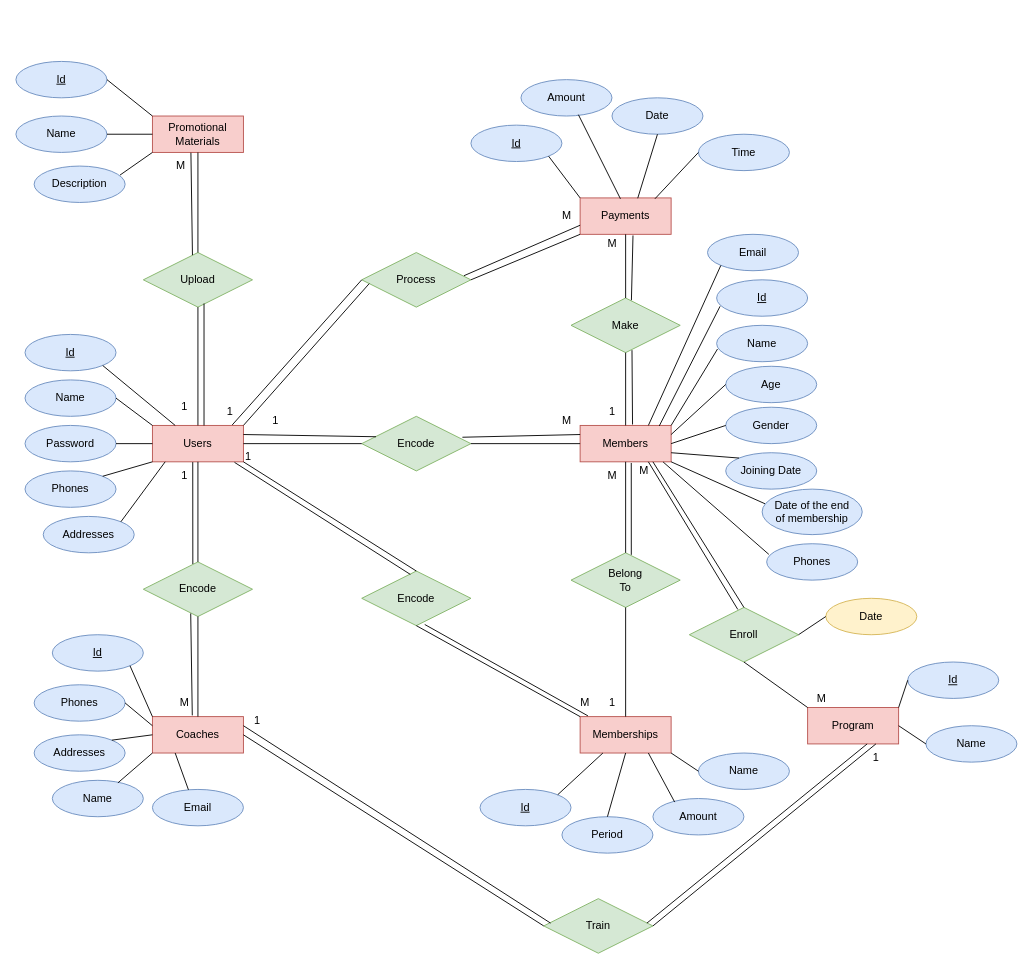
Before: docs/ERD-Gym-Management-System.drawio in Saramohamed13/Gym-Management-System, a draw.io diagram. Source tidied: cells renumbered, new cells numbered last; positions are measured from the earlier drawing's top-left corner, leaving out a move shared by most shapes. Both pictures are drawn from the tidied source at 91%, with x=0, y=0 at pixel (15, 61).
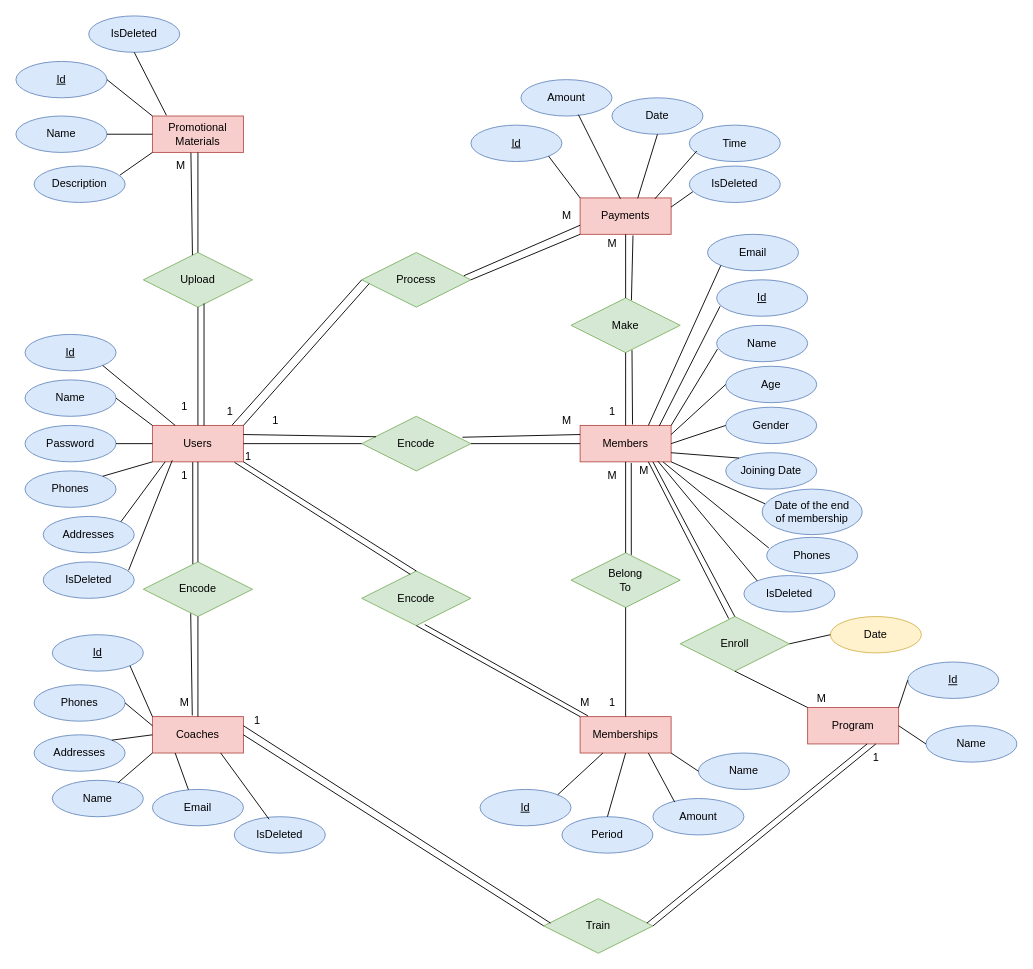
Above is the later version.

Commit message (it also covers changes not shown here):
Update ERD, Schema and database script

Unchanged cells that the change refers to:
```xml
<mxCell id="11" value="Coaches" style="whiteSpace=wrap;html=1;align=center;fillColor=#f8cecc;strokeColor=#b85450;" parent="1" vertex="1">
  <mxGeometry x="150" y="720" width="100" height="40" as="geometry" />
</mxCell>
<mxCell id="17" value="1" style="text;html=1;align=center;verticalAlign=middle;points=[];strokeColor=none;fillColor=none;" parent="1" vertex="1">
  <mxGeometry x="170" y="440" width="30" height="30" as="geometry" />
</mxCell>
<mxCell id="27" value="Payments" style="whiteSpace=wrap;html=1;align=center;fillColor=#f8cecc;strokeColor=#b85450;" parent="1" vertex="1">
  <mxGeometry x="620" y="150" width="100" height="40" as="geometry" />
</mxCell>
<mxCell id="35" value="Promotional&lt;br&gt;Materials" style="whiteSpace=wrap;html=1;align=center;fillColor=#f8cecc;strokeColor=#b85450;" parent="1" vertex="1">
  <mxGeometry x="150" y="60" width="100" height="40" as="geometry" />
</mxCell>
<mxCell id="62" value="M" style="text;html=1;align=center;verticalAlign=middle;points=[];strokeColor=none;fillColor=none;" parent="1" vertex="1">
  <mxGeometry x="675" y="435" width="30" height="30" as="geometry" />
</mxCell>
```

Change to the diagram source:
```diff
@@
     <mxCell id="56" value="Enroll" style="shape=rhombus;perimeter=rhombusPerimeter;whiteSpace=wrap;html=1;align=center;fillColor=#d5e8d4;strokeColor=#82b366;" parent="1" vertex="1">
-      <mxGeometry x="740" y="600" width="120" height="60" as="geometry" />
+      <mxGeometry x="730" y="610" width="120" height="60" as="geometry" />
     </mxCell>
@@
     <mxCell id="92" value="Time" style="ellipse;whiteSpace=wrap;html=1;align=center;fillColor=#dae8fc;strokeColor=#6c8ebf;" parent="1" vertex="1">
-      <mxGeometry x="750" y="80" width="100" height="40" as="geometry" />
+      <mxGeometry x="740" y="70" width="100" height="40" as="geometry" />
     </mxCell>
@@
-    <mxCell id="96" style="endArrow=none;html=1;rounded=0;exitX=0;exitY=0.5;exitDx=0;exitDy=0;entryX=0.822;entryY=0.024;entryDx=0;entryDy=0;entryPerimeter=0;" parent="1" edge="1" source="92" target="27">
+    <mxCell id="96" style="endArrow=none;html=1;rounded=0;exitX=0.082;exitY=0.71;exitDx=0;exitDy=0;entryX=0.822;entryY=0.024;entryDx=0;entryDy=0;entryPerimeter=0;exitPerimeter=0;" parent="1" edge="1" source="92" target="27">
       <mxGeometry relative="1" as="geometry" />
     </mxCell>
@@
     <mxCell id="112" value="Phones" style="ellipse;whiteSpace=wrap;html=1;align=center;fillColor=#dae8fc;strokeColor=#6c8ebf;" parent="1" vertex="1">
-      <mxGeometry x="825" y="530" width="100" height="40" as="geometry" />
+      <mxGeometry x="825" y="523" width="100" height="40" as="geometry" />
     </mxCell>
@@
     <mxCell id="132" value="Date" style="ellipse;whiteSpace=wrap;html=1;align=center;fillColor=#fff2cc;strokeColor=#d6b656;" parent="1" vertex="1">
-      <mxGeometry x="890" y="590" width="100" height="40" as="geometry" />
+      <mxGeometry x="895" y="610" width="100" height="40" as="geometry" />
     </mxCell>
@@
+    <mxCell id="134" value="IsDeleted" style="ellipse;whiteSpace=wrap;html=1;align=center;fillColor=#dae8fc;strokeColor=#6c8ebf;" parent="1" vertex="1">
+      <mxGeometry x="30" y="550" width="100" height="40" as="geometry" />
+    </mxCell>
+    <mxCell id="135" style="endArrow=none;html=1;rounded=0;exitX=0.938;exitY=0.23;exitDx=0;exitDy=0;exitPerimeter=0;entryX=0.06;entryY=-0.053;entryDx=0;entryDy=0;entryPerimeter=0;" parent="1" edge="1" source="134" target="17">
+      <mxGeometry relative="1" as="geometry" />
+    </mxCell>
+    <mxCell id="136" value="IsDeleted" style="ellipse;whiteSpace=wrap;html=1;align=center;fillColor=#dae8fc;strokeColor=#6c8ebf;" parent="1" vertex="1">
+      <mxGeometry x="80" y="-50" width="100" height="40" as="geometry" />
+    </mxCell>
+    <mxCell id="137" style="endArrow=none;html=1;rounded=0;exitX=0.5;exitY=1;exitDx=0;exitDy=0;entryX=0.154;entryY=-0.02;entryDx=0;entryDy=0;entryPerimeter=0;" parent="1" edge="1" source="136" target="35">
+      <mxGeometry relative="1" as="geometry" />
+    </mxCell>
+    <mxCell id="138" value="IsDeleted" style="ellipse;whiteSpace=wrap;html=1;align=center;fillColor=#dae8fc;strokeColor=#6c8ebf;" parent="1" vertex="1">
+      <mxGeometry x="740" y="115" width="100" height="40" as="geometry" />
+    </mxCell>
+    <mxCell id="139" style="endArrow=none;html=1;rounded=0;exitX=0.038;exitY=0.705;exitDx=0;exitDy=0;entryX=1;entryY=0.25;entryDx=0;entryDy=0;exitPerimeter=0;" parent="1" edge="1" source="138" target="27">
+      <mxGeometry relative="1" as="geometry" />
+    </mxCell>
+    <mxCell id="140" value="IsDeleted" style="ellipse;whiteSpace=wrap;html=1;align=center;fillColor=#dae8fc;strokeColor=#6c8ebf;" parent="1" vertex="1">
+      <mxGeometry x="800" y="565" width="100" height="40" as="geometry" />
+    </mxCell>
+    <mxCell id="141" style="endArrow=none;html=1;rounded=0;exitX=1.013;exitY=0.14;exitDx=0;exitDy=0;entryX=0;entryY=0;entryDx=0;entryDy=0;exitPerimeter=0;" parent="1" edge="1" source="62" target="140">
+      <mxGeometry relative="1" as="geometry" />
+    </mxCell>
+    <mxCell id="142" value="IsDeleted" style="ellipse;whiteSpace=wrap;html=1;align=center;fillColor=#dae8fc;strokeColor=#6c8ebf;" parent="1" vertex="1">
+      <mxGeometry x="240" y="830" width="100" height="40" as="geometry" />
+    </mxCell>
+    <mxCell id="143" style="endArrow=none;html=1;rounded=0;exitX=0.75;exitY=1;exitDx=0;exitDy=0;entryX=0.382;entryY=0.07;entryDx=0;entryDy=0;entryPerimeter=0;" parent="1" edge="1" source="11" target="142">
+      <mxGeometry relative="1" as="geometry" />
+    </mxCell>
```
